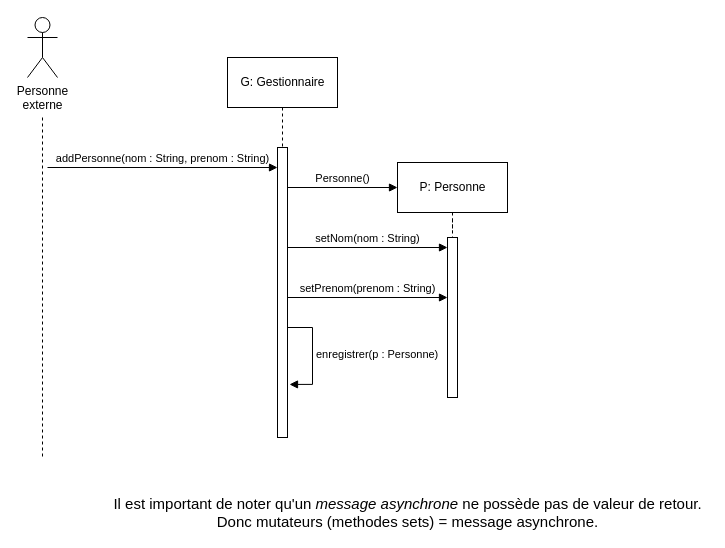
The draw.io diagram page "Exo2" (2 of 8) of DM3.drawio in adambdj/uml, before the edit. Source tidied: cells renumbered, new cells numbered last; positions are measured from the earlier drawing's top-left corner, leaving out a move shared by most shapes. Both pictures are drawn from the tidied source at 100%, with x=0, y=0 at pixel (27, 17).
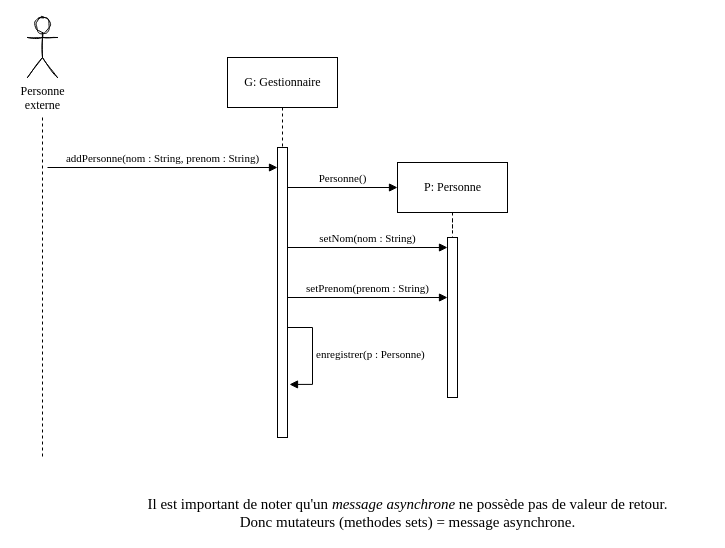
The same page after the edit.

The edit, as a diff of the source:
```diff
@@
-    <mxCell id="2" value="Personne&lt;br&gt;externe" style="shape=umlActor;verticalLabelPosition=bottom;verticalAlign=top;html=1;" parent="1" vertex="1">
+    <mxCell id="2" value="Personne&lt;br&gt;externe" style="shape=umlActor;verticalLabelPosition=bottom;verticalAlign=top;html=1;fontFamily=Garamond;sketch=1;" parent="1" vertex="1">
       <mxGeometry width="30" height="60" as="geometry" />
     </mxCell>
-    <mxCell id="3" value="G: Gestionnaire" style="html=1;" parent="1" vertex="1">
+    <mxCell id="3" value="G: Gestionnaire" style="html=1;fontFamily=Garamond;" parent="1" vertex="1">
       <mxGeometry x="200" y="40" width="110" height="50" as="geometry" />
     </mxCell>
-    <mxCell id="4" value="P: Personne" style="html=1;" parent="1" vertex="1">
+    <mxCell id="4" value="P: Personne" style="html=1;fontFamily=Garamond;" parent="1" vertex="1">
       <mxGeometry x="370" y="145" width="110" height="50" as="geometry" />
     </mxCell>
-    <mxCell id="5" style="html=1;points=[];perimeter=orthogonalPerimeter;" parent="1" vertex="1">
+    <mxCell id="5" style="html=1;points=[];perimeter=orthogonalPerimeter;fontFamily=Garamond;" parent="1" vertex="1">
       <mxGeometry x="250" y="130" width="10" height="290" as="geometry" />
     </mxCell>
-    <mxCell id="6" style="edgeStyle=orthogonalEdgeStyle;rounded=0;jettySize=auto;html=1;dashed=1;endArrow=none;endFill=0;" parent="1" edge="1" source="3" target="5">
+    <mxCell id="6" style="edgeStyle=orthogonalEdgeStyle;rounded=0;jettySize=auto;html=1;dashed=1;endArrow=none;endFill=0;fontFamily=Garamond;" parent="1" edge="1" source="3" target="5">
       <mxGeometry relative="1" as="geometry" />
     </mxCell>
-    <mxCell id="7" value="addPersonne(nom : String, prenom : String)" style="html=1;verticalAlign=bottom;endArrow=block;" parent="1" edge="1" target="5">
+    <mxCell id="7" value="addPersonne(nom : String, prenom : String)" style="html=1;verticalAlign=bottom;endArrow=block;fontFamily=Garamond;" parent="1" edge="1" target="5">
       <mxGeometry relative="1" as="geometry">
         <mxPoint x="20" y="150" as="sourcePoint" />
       </mxGeometry>
     </mxCell>
-    <mxCell id="8" value="Personne()" style="html=1;verticalAlign=bottom;endArrow=block;exitX=1.129;exitY=0.289;exitDx=0;exitDy=0;exitPerimeter=0;" parent="1" edge="1" target="4">
+    <mxCell id="8" value="Personne()" style="html=1;verticalAlign=bottom;endArrow=block;exitX=1.129;exitY=0.289;exitDx=0;exitDy=0;exitPerimeter=0;fontFamily=Garamond;" parent="1" edge="1" target="4">
       <mxGeometry relative="1" as="geometry">
         <mxPoint x="260" y="170" as="sourcePoint" />
       </mxGeometry>
     </mxCell>
-    <mxCell id="9" style="html=1;points=[];perimeter=orthogonalPerimeter;" parent="1" vertex="1">
+    <mxCell id="9" style="html=1;points=[];perimeter=orthogonalPerimeter;fontFamily=Garamond;" parent="1" vertex="1">
       <mxGeometry x="420" y="220" width="10" height="160" as="geometry" />
     </mxCell>
-    <mxCell id="10" style="edgeStyle=orthogonalEdgeStyle;rounded=0;jettySize=auto;html=1;dashed=1;endArrow=none;endFill=0;" parent="1" edge="1" source="4" target="9">
+    <mxCell id="10" style="edgeStyle=orthogonalEdgeStyle;rounded=0;jettySize=auto;html=1;dashed=1;endArrow=none;endFill=0;fontFamily=Garamond;" parent="1" edge="1" source="4" target="9">
       <mxGeometry relative="1" as="geometry" />
     </mxCell>
-    <mxCell id="11" value="setNom(nom : String)" style="html=1;verticalAlign=bottom;endArrow=block;exitX=1.129;exitY=0.289;exitDx=0;exitDy=0;exitPerimeter=0;" parent="1" edge="1" target="9">
+    <mxCell id="11" value="setNom(nom : String)" style="html=1;verticalAlign=bottom;endArrow=block;exitX=1.129;exitY=0.289;exitDx=0;exitDy=0;exitPerimeter=0;fontFamily=Garamond;" parent="1" edge="1" target="9">
       <mxGeometry relative="1" as="geometry">
         <mxPoint x="260" y="230" as="sourcePoint" />
       </mxGeometry>
     </mxCell>
-    <mxCell id="12" value="setPrenom(prenom : String)" style="html=1;verticalAlign=bottom;endArrow=block;exitX=1.129;exitY=0.289;exitDx=0;exitDy=0;exitPerimeter=0;" parent="1" edge="1">
+    <mxCell id="12" value="setPrenom(prenom : String)" style="html=1;verticalAlign=bottom;endArrow=block;exitX=1.129;exitY=0.289;exitDx=0;exitDy=0;exitPerimeter=0;fontFamily=Garamond;" parent="1" edge="1">
       <mxGeometry relative="1" as="geometry">
         <mxPoint x="260" y="280" as="sourcePoint" />
         <mxPoint x="420" y="280" as="targetPoint" />
       </mxGeometry>
     </mxCell>
-    <mxCell id="13" value="&lt;div style=&quot;font-size: 15px&quot;&gt;&lt;font style=&quot;font-size: 15px&quot;&gt;&lt;span class=&quot;aCOpRe&quot;&gt;&lt;span&gt;Il est important de noter qu'un &lt;em&gt;message asynchrone&lt;/em&gt; ne possède pas de valeur de retour.&lt;/span&gt;&lt;/span&gt;&lt;/font&gt;&lt;/div&gt;&lt;div style=&quot;font-size: 15px&quot;&gt;&lt;font style=&quot;font-size: 15px&quot;&gt;&lt;span class=&quot;aCOpRe&quot;&gt;&lt;span&gt;Donc mutateurs (methodes sets) = message asynchrone.&lt;br&gt;&lt;/span&gt;&lt;/span&gt;&lt;/font&gt;&lt;/div&gt;" style="text;html=1;align=center;verticalAlign=middle;" parent="1" vertex="1">
-      <mxGeometry x="80" y="480" width="600" height="30" as="geometry" />
+    <mxCell id="13" value="&lt;div style=&quot;font-size: 15px&quot;&gt;&lt;font style=&quot;font-size: 15px&quot;&gt;&lt;span class=&quot;aCOpRe&quot;&gt;&lt;span&gt;Il est important de noter qu'un &lt;em&gt;message asynchrone&lt;/em&gt; ne possède pas de valeur de retour.&lt;/span&gt;&lt;/span&gt;&lt;/font&gt;&lt;/div&gt;&lt;div style=&quot;font-size: 15px&quot;&gt;&lt;font style=&quot;font-size: 15px&quot;&gt;&lt;span class=&quot;aCOpRe&quot;&gt;&lt;span&gt;Donc mutateurs (methodes sets) = message asynchrone.&lt;br&gt;&lt;/span&gt;&lt;/span&gt;&lt;/font&gt;&lt;/div&gt;" style="text;html=1;align=center;verticalAlign=middle;fontFamily=Garamond;" parent="1" vertex="1">
+      <mxGeometry x="110" y="480" width="540" height="30" as="geometry" />
     </mxCell>
-    <mxCell id="14" value="enregistrer(p : Personne)" style="edgeStyle=orthogonalEdgeStyle;html=1;align=left;spacingLeft=2;endArrow=block;rounded=0;entryX=1.2;entryY=0.817;entryDx=0;entryDy=0;entryPerimeter=0;" parent="1" edge="1" target="5">
+    <mxCell id="14" value="enregistrer(p : Personne)" style="edgeStyle=orthogonalEdgeStyle;html=1;align=left;spacingLeft=2;endArrow=block;rounded=0;entryX=1.2;entryY=0.817;entryDx=0;entryDy=0;entryPerimeter=0;fontFamily=Garamond;" parent="1" edge="1" target="5">
       <mxGeometry relative="1" as="geometry">
         <mxPoint x="260" y="310" as="sourcePoint" />
         <Array as="points">
           <mxPoint x="285" y="310" />
           <mxPoint x="285" y="367" />
         </Array>
       </mxGeometry>
     </mxCell>
-    <mxCell id="15" style="edgeStyle=orthogonalEdgeStyle;rounded=0;orthogonalLoop=1;jettySize=auto;html=1;dashed=1;endArrow=none;endFill=0;" parent="1" edge="1">
+    <mxCell id="15" style="edgeStyle=orthogonalEdgeStyle;rounded=0;orthogonalLoop=1;jettySize=auto;html=1;dashed=1;endArrow=none;endFill=0;fontFamily=Garamond;" parent="1" edge="1">
       <mxGeometry relative="1" as="geometry">
         <mxPoint x="15" y="100" as="sourcePoint" />
         <mxPoint x="15" y="440" as="targetPoint" />
       </mxGeometry>
     </mxCell>
```
